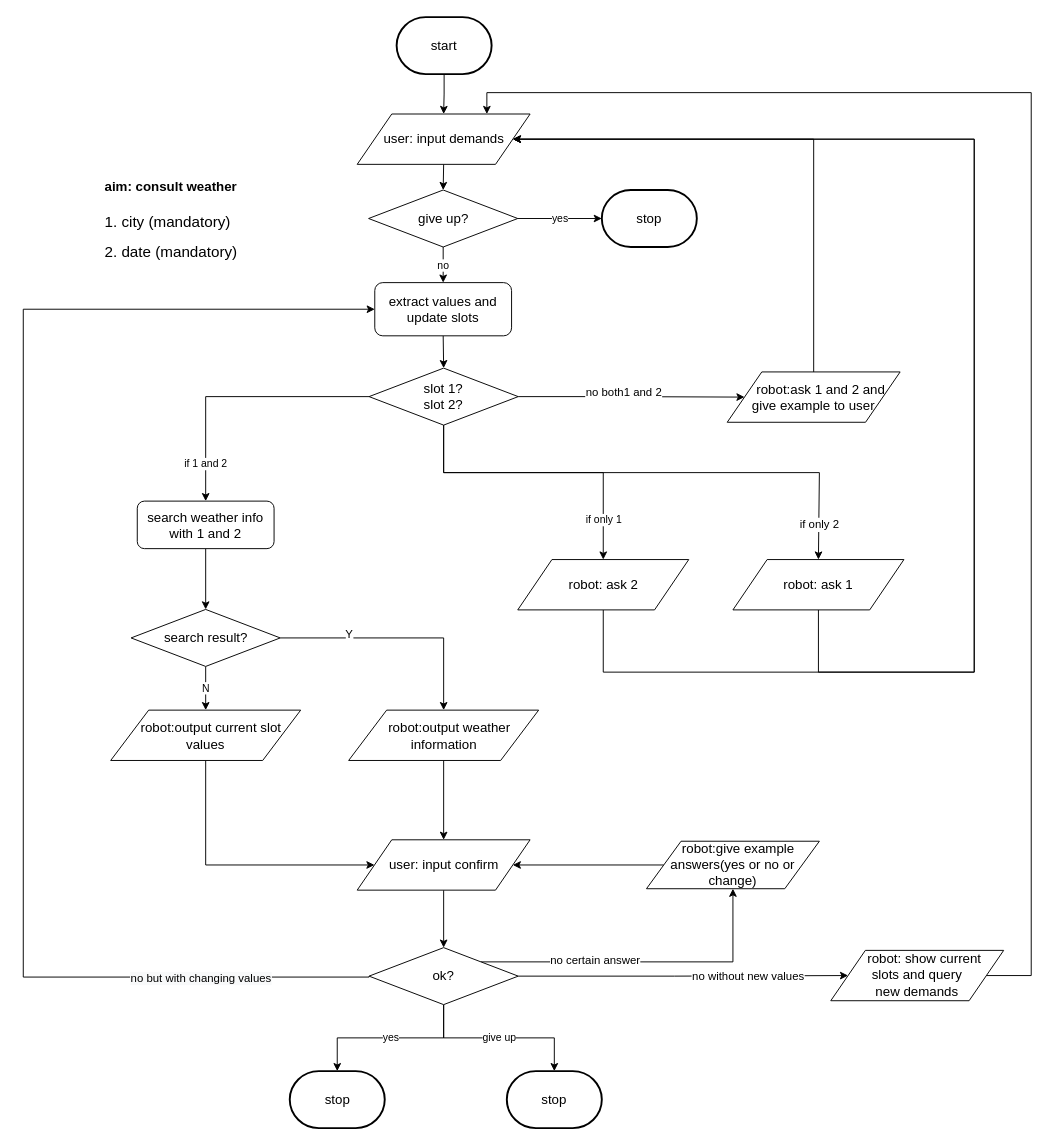
The draw.io diagram flow_diagram/consult_weather.drawio in ricosr/travel_consult_chatbot, before the edit. Source tidied: cells renumbered, new cells numbered last; positions are measured from the earlier drawing's top-left corner, leaving out a move shared by most shapes. Both pictures are drawn from the tidied source at 95%, with x=0, y=0 at pixel (23, 17).
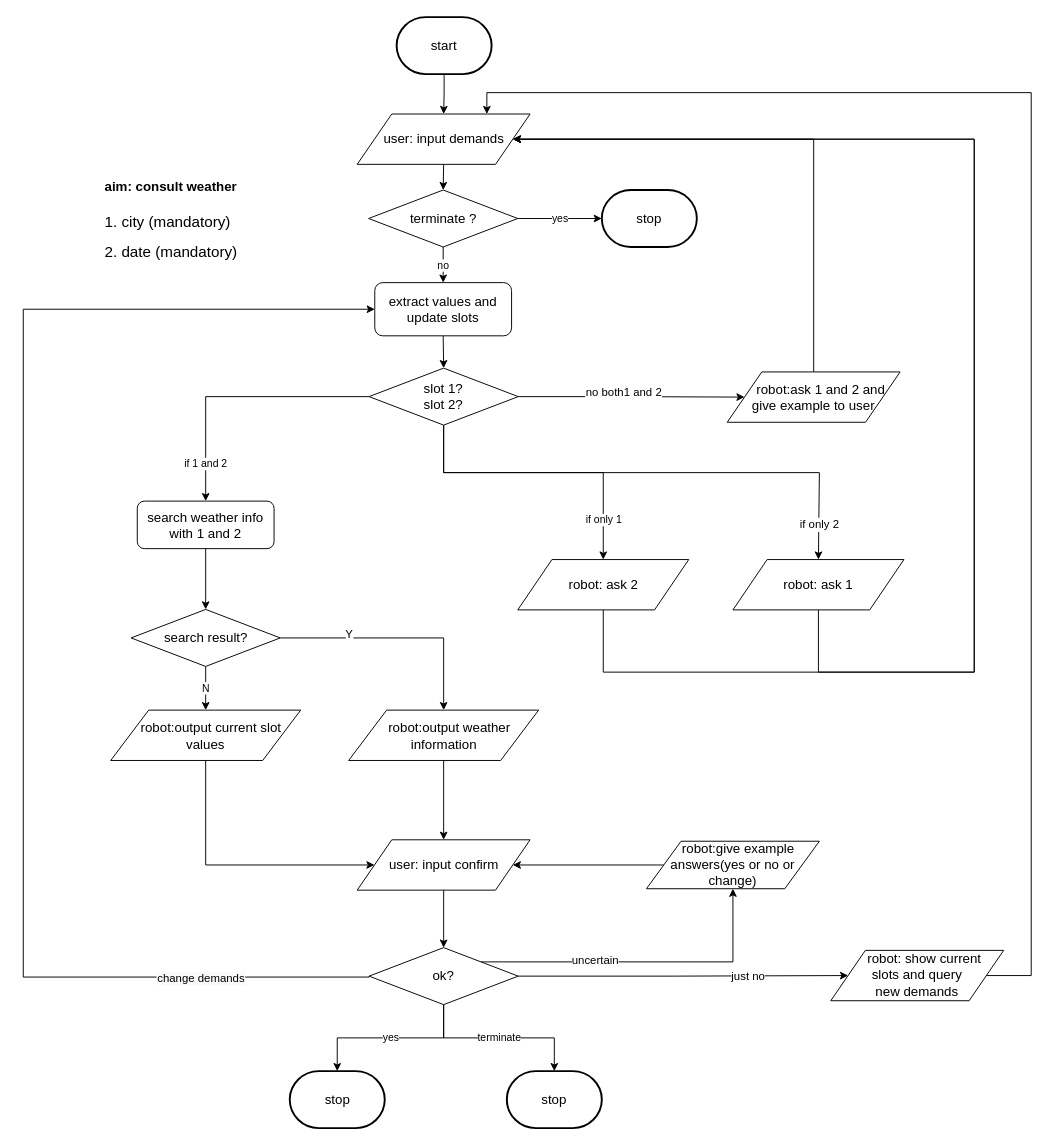
After the change.

Unchanged cells that the change refers to:
```xml
<mxCell id="20" style="edgeStyle=orthogonalEdgeStyle;rounded=0;jettySize=auto;html=1;exitX=1;exitY=0;exitDx=0;exitDy=0;" parent="1" edge="1" source="28" target="36">
  <mxGeometry relative="1" as="geometry" />
</mxCell>
<mxCell id="23" style="edgeStyle=orthogonalEdgeStyle;rounded=0;jettySize=auto;html=1;exitX=1;exitY=0.5;exitDx=0;exitDy=0;entryX=0;entryY=0.5;entryDx=0;entryDy=0;" parent="1" edge="1" source="28" target="9">
  <mxGeometry relative="1" as="geometry" />
</mxCell>
<mxCell id="25" style="edgeStyle=orthogonalEdgeStyle;rounded=0;jettySize=auto;html=1;exitX=0;exitY=0.5;exitDx=0;exitDy=0;entryX=0;entryY=0.5;entryDx=0;entryDy=0;" parent="1" edge="1" source="28" target="37">
  <mxGeometry relative="1" as="geometry">
    <Array as="points">
      <mxPoint y="1010" />
      <mxPoint y="307" />
    </Array>
  </mxGeometry>
</mxCell>
<mxCell id="28" value="&lt;font style=&quot;font-size: 14px&quot;&gt;ok?&lt;br&gt;&lt;/font&gt;" style="rhombus;whiteSpace=wrap;html=1;" parent="1" vertex="1">
  <mxGeometry x="364" y="979" width="157" height="60" as="geometry" />
</mxCell>
<mxCell id="38" value="&lt;font style=&quot;font-size: 14px&quot;&gt;stop&lt;/font&gt;" style="strokeWidth=2;html=1;shape=mxgraph.flowchart.terminator;whiteSpace=wrap;" parent="1" vertex="1">
  <mxGeometry x="509" y="1109" width="100" height="60" as="geometry" />
</mxCell>
```

What changed in the source:
```diff
@@
-    <mxCell id="21" value="no certain answer" style="text;html=1;align=center;verticalAlign=middle;labelBackgroundColor=#ffffff;" parent="20" vertex="1">
+    <mxCell id="21" value="uncertain" style="text;html=1;align=center;verticalAlign=middle;labelBackgroundColor=#ffffff;" parent="20" vertex="1">
       <mxGeometry x="-0.3" relative="1" as="geometry">
         <mxPoint y="-2" as="offset" />
       </mxGeometry>
     </mxCell>
@@
-    <mxCell id="24" value="no without new values" style="text;html=1;align=center;verticalAlign=middle;labelBackgroundColor=#ffffff;" parent="23" vertex="1">
+    <mxCell id="24" value="just no" style="text;html=1;align=center;verticalAlign=middle;labelBackgroundColor=#ffffff;" parent="23" vertex="1">
       <mxGeometry x="0.39" y="-1" relative="1" as="geometry" />
     </mxCell>
@@
-    <mxCell id="26" value="&lt;span style=&quot;text-align: left ; background-color: rgb(248 , 249 , 250)&quot;&gt;no but with changing values&lt;/span&gt;" style="text;html=1;align=center;verticalAlign=middle;labelBackgroundColor=#ffffff;" parent="25" vertex="1">
+    <mxCell id="26" value="&lt;span style=&quot;text-align: left ; background-color: rgb(248 , 249 , 250)&quot;&gt;change demands&lt;/span&gt;" style="text;html=1;align=center;verticalAlign=middle;labelBackgroundColor=#ffffff;" parent="25" vertex="1">
       <mxGeometry x="-0.08" relative="1" as="geometry">
         <mxPoint x="186" y="297" as="offset" />
       </mxGeometry>
     </mxCell>
-    <mxCell id="27" value="give up" style="edgeStyle=orthogonalEdgeStyle;rounded=0;jettySize=auto;html=1;exitX=0.5;exitY=1;exitDx=0;exitDy=0;entryX=0.5;entryY=0;entryDx=0;entryDy=0;entryPerimeter=0;" parent="1" edge="1" source="28" target="38">
+    <mxCell id="27" value="terminate" style="edgeStyle=orthogonalEdgeStyle;rounded=0;jettySize=auto;html=1;exitX=0.5;exitY=1;exitDx=0;exitDy=0;entryX=0.5;entryY=0;entryDx=0;entryDy=0;entryPerimeter=0;" parent="1" edge="1" source="28" target="38">
       <mxGeometry relative="1" as="geometry" />
     </mxCell>
@@
-    <mxCell id="41" value="&lt;font style=&quot;font-size: 14px&quot;&gt;give up?&lt;br&gt;&lt;/font&gt;" style="rhombus;whiteSpace=wrap;html=1;" parent="1" vertex="1">
+    <mxCell id="41" value="&lt;font style=&quot;font-size: 14px&quot;&gt;terminate ?&lt;br&gt;&lt;/font&gt;" style="rhombus;whiteSpace=wrap;html=1;" parent="1" vertex="1">
       <mxGeometry x="363.5" y="181.5" width="157" height="60" as="geometry" />
     </mxCell>
```
